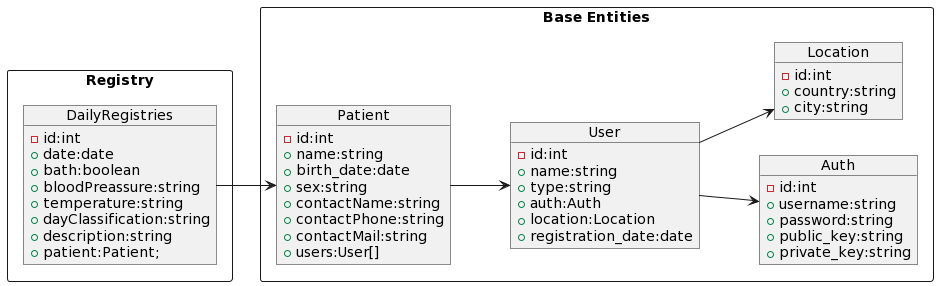
Above: docs/Entidades/DiagramaDeEntidades.png in Alexandrense/appcuidar_api (PlantUML), before the change.
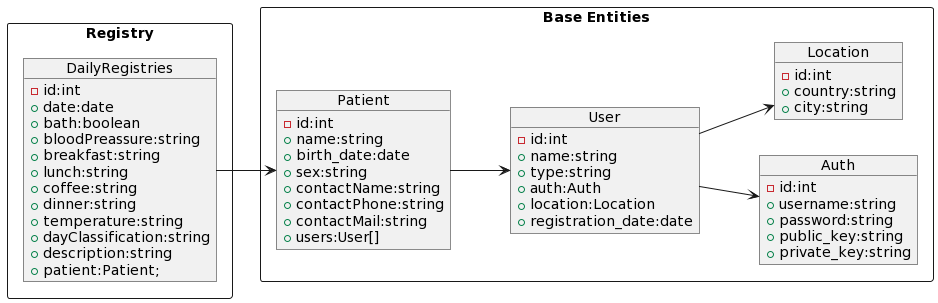
Later version of the same file.

The edit, as a diff of the source:
```diff
@@ -43,6 +43,10 @@
     +date:date
     +bath:boolean
     +bloodPreassure:string
+    +breakfast:string
+    +lunch:string
+    +coffee:string
+    +dinner:string
     +temperature:string
     +dayClassification:string
     +description:string
```
